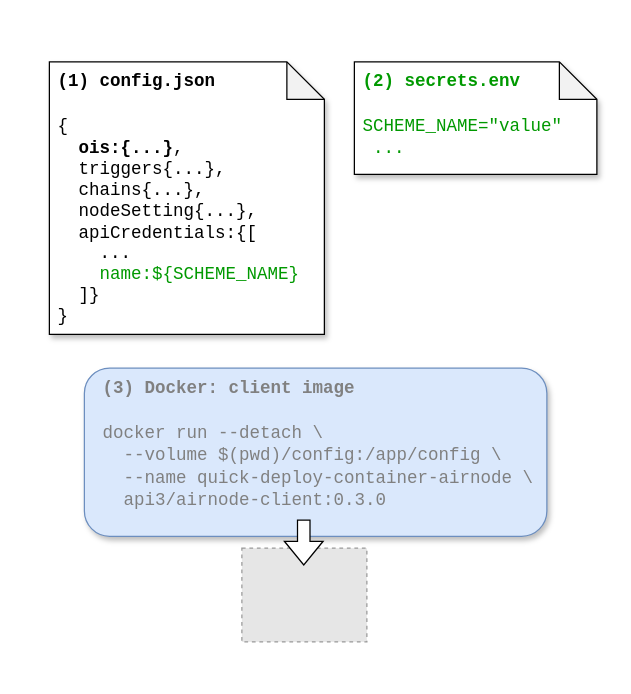
This is docs/explore/assets/diagrams/api-provider-overview-container.drawio from api3dao/vitepress-docs, a draw.io file, before an edit. Source tidied: cells renumbered, new cells numbered last; positions are measured from the earlier drawing's top-left corner, leaving out a move shared by most shapes. Both pictures are drawn from the tidied source at 125%, with x=0, y=0 at pixel (49, 61). Pictures stored in the file or linked from it are replaced by grey dashed boxes.
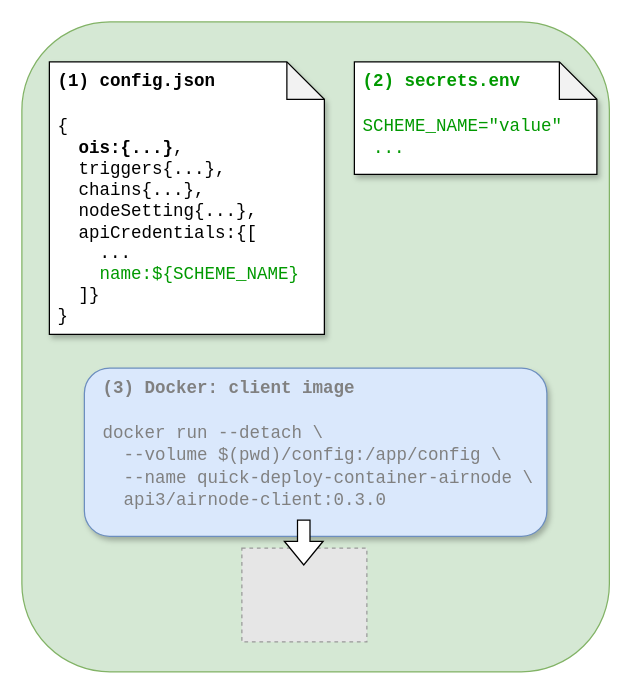
After the change.

What changed in the source:
```diff
@@
 <mxGraphModel>
   <root>
     <mxCell id="0" />
     <mxCell id="1" parent="0" />
+    <mxCell id="7" style="rounded=1;whiteSpace=wrap;html=1;fillColor=#d5e8d4;strokeColor=#82b366;" parent="1" vertex="1">
+      <mxGeometry x="-22" y="-32" width="470" height="520" as="geometry" />
+    </mxCell>
     <mxCell id="2" value="&lt;div style=&quot;font-size: 14px&quot;&gt;&lt;font style=&quot;font-size: 14px&quot; face=&quot;Courier New&quot;&gt;&lt;b&gt;(3) Docker: client image&lt;/b&gt;&lt;/font&gt;&lt;/div&gt;&lt;div style=&quot;font-size: 14px&quot;&gt;&lt;font style=&quot;font-size: 14px&quot; face=&quot;Courier New&quot;&gt;&lt;br&gt;&lt;/font&gt;&lt;/div&gt;&lt;div style=&quot;font-size: 14px&quot;&gt;&lt;div style=&quot;line-height: 17px&quot;&gt;&lt;div&gt;&lt;font face=&quot;Courier New&quot; style=&quot;font-size: 14px&quot;&gt;docker run --detach \&lt;/font&gt;&lt;/div&gt;&lt;div&gt;&lt;font face=&quot;Courier New&quot; style=&quot;font-size: 14px&quot;&gt;&amp;nbsp; --volume $(pwd)/config:/app/config \&lt;/font&gt;&lt;/div&gt;&lt;div&gt;&lt;font face=&quot;Courier New&quot; style=&quot;font-size: 14px&quot;&gt;&amp;nbsp; --name quick-deploy-container-airnode \&lt;/font&gt;&lt;/div&gt;&lt;div&gt;&lt;font face=&quot;Courier New&quot; style=&quot;font-size: 14px&quot;&gt;&amp;nbsp; api3/airnode-client:0.3.0&lt;/font&gt;&lt;/div&gt;&lt;/div&gt;&lt;/div&gt;" style="rounded=1;whiteSpace=wrap;html=1;fontSize=11;align=left;fillColor=#dae8fc;strokeColor=#6c8ebf;shadow=1;spacingLeft=13;spacingRight=5;verticalAlign=top;fontColor=#808080;" parent="1" vertex="1">
       <mxGeometry x="28" y="245" width="370" height="134.5" as="geometry" />
     </mxCell>
     <mxCell id="3" value="&lt;span style=&quot;font-size: 14px&quot;&gt;&lt;font face=&quot;Courier New&quot;&gt;&lt;b&gt;(1) config.json&lt;/b&gt;&lt;br style=&quot;font-size: 14px&quot;&gt;&lt;br style=&quot;font-size: 14px&quot;&gt;&lt;/font&gt;&lt;/span&gt;&lt;div style=&quot;font-size: 14px&quot;&gt;&lt;span style=&quot;font-size: 14px&quot;&gt;&lt;font face=&quot;Courier New&quot;&gt;{&lt;/font&gt;&lt;/span&gt;&lt;/div&gt;&lt;div style=&quot;font-size: 14px&quot;&gt;&lt;font face=&quot;Courier New&quot;&gt;&lt;span style=&quot;font-size: 14px&quot;&gt;&amp;nbsp;&amp;nbsp;&lt;b style=&quot;font-size: 14px&quot;&gt;ois:{...&lt;/b&gt;&lt;/span&gt;&lt;span style=&quot;font-size: 14px&quot;&gt;&lt;b style=&quot;font-size: 14px&quot;&gt;}&lt;/b&gt;,&lt;/span&gt;&lt;/font&gt;&lt;/div&gt;&lt;font style=&quot;font-size: 14px&quot;&gt;&lt;font face=&quot;Courier New&quot; style=&quot;font-size: 14px&quot;&gt;&lt;div style=&quot;font-size: 14px&quot;&gt;&amp;nbsp; triggers{...},&lt;/div&gt;&lt;div style=&quot;font-size: 14px&quot;&gt;&amp;nbsp; chains{...},&lt;/div&gt;&lt;div style=&quot;font-size: 14px&quot;&gt;&amp;nbsp; nodeSetting{...},&lt;/div&gt;&lt;div style=&quot;font-size: 14px&quot;&gt;&amp;nbsp;&amp;nbsp;apiCredentials:{[&lt;/div&gt;&lt;div style=&quot;font-size: 14px&quot;&gt;&amp;nbsp; &amp;nbsp; ...&lt;/div&gt;&lt;div style=&quot;font-size: 14px&quot;&gt;&amp;nbsp; &amp;nbsp;&amp;nbsp;&lt;font color=&quot;#009900&quot; style=&quot;font-size: 14px&quot;&gt;name:${&lt;/font&gt;&lt;font color=&quot;#009900&quot; style=&quot;font-size: 14px&quot;&gt;&lt;span style=&quot;background-color: transparent ; font-size: 14px&quot;&gt;SCHEME_NAME&lt;/span&gt;}&lt;/font&gt;&lt;/div&gt;&lt;/font&gt;&lt;font face=&quot;Courier New&quot; style=&quot;font-size: 14px&quot;&gt;&lt;div style=&quot;font-size: 14px&quot;&gt;&amp;nbsp; ]}&amp;nbsp; &amp;nbsp;&lt;/div&gt;&lt;div style=&quot;font-size: 14px&quot;&gt;}&lt;/div&gt;&lt;div style=&quot;font-size: 14px&quot;&gt;&lt;br style=&quot;font-size: 14px&quot;&gt;&lt;/div&gt;&lt;/font&gt;&lt;/font&gt;" style="shape=note;whiteSpace=wrap;html=1;backgroundOutline=1;darkOpacity=0.05;shadow=1;verticalAlign=top;align=left;fontSize=14;spacingLeft=5;" parent="1" vertex="1">
       <mxGeometry width="220" height="218" as="geometry" />
     </mxCell>
     <mxCell id="4" value="&lt;div style=&quot;font-size: 14px&quot;&gt;&lt;/div&gt;&lt;span style=&quot;font-size: 14px ; text-align: center&quot;&gt;&lt;font face=&quot;Courier New&quot;&gt;&lt;b&gt;(2) secrets.env&lt;/b&gt;&lt;br style=&quot;font-size: 14px&quot;&gt;&lt;br style=&quot;font-size: 14px&quot;&gt;&lt;/font&gt;&lt;/span&gt;&lt;div style=&quot;font-size: 14px&quot;&gt;&lt;span style=&quot;font-size: 14px&quot;&gt;&lt;font face=&quot;Courier New&quot; style=&quot;font-size: 14px&quot;&gt;SCHEME_NAME=&quot;value&quot;&lt;/font&gt;&lt;/span&gt;&lt;/div&gt;&lt;div style=&quot;font-size: 14px&quot;&gt;&lt;font face=&quot;Courier New&quot; style=&quot;font-size: 14px&quot;&gt;&amp;nbsp;...&lt;/font&gt;&lt;/div&gt;" style="shape=note;whiteSpace=wrap;html=1;backgroundOutline=1;darkOpacity=0.05;shadow=1;fontColor=#009900;align=left;verticalAlign=top;fontSize=14;spacingLeft=5;" parent="1" vertex="1">
       <mxGeometry x="244" width="194" height="90" as="geometry" />
     </mxCell>
     <mxCell id="5" style="fillColor=#E6E6E6;strokeColor=#999999;dashed=1;verticalLabelPosition=bottom;labelBackgroundColor=#ffffff;verticalAlign=top;" parent="1" vertex="1">
       <mxGeometry x="154" y="389" width="100" height="75" as="geometry" />
     </mxCell>
     <mxCell id="6" style="shape=flexArrow;endArrow=classic;html=1;rounded=0;fontColor=#000000;strokeColor=#000000;strokeWidth=1;fillColor=#FFFFFF;gradientColor=#ffffff;gradientDirection=west;edgeStyle=orthogonalEdgeStyle;" parent="1" edge="1">
       <mxGeometry relative="1" as="geometry">
         <mxPoint x="203.5" y="366" as="sourcePoint" />
         <mxPoint x="203.5" y="403" as="targetPoint" />
       </mxGeometry>
     </mxCell>
   </root>
 </mxGraphModel>
```
